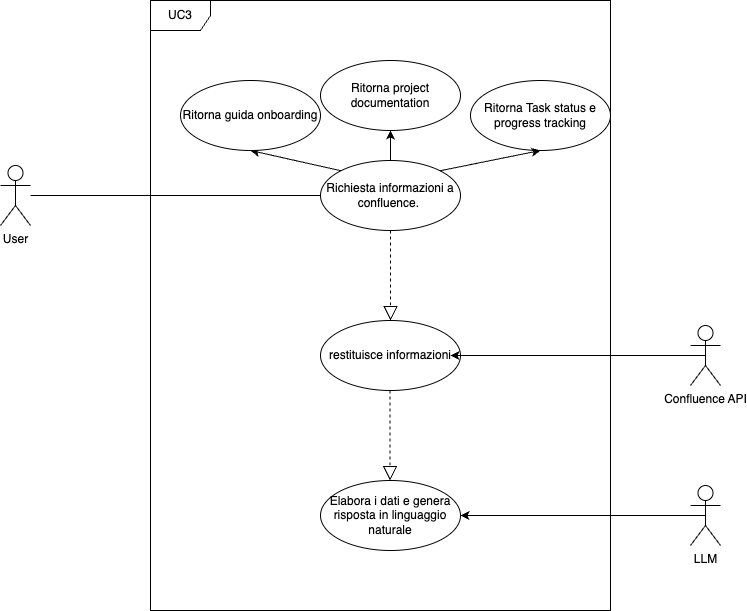
Before: images/analisi-dei-requisiti/UCConfluence.png, a diagram exported from draw.io (SweeTenTeam/Docs). Source tidied: cells renumbered, new cells last; positions are measured from the earlier drawing's top-left corner, leaving out a move shared by most shapes.
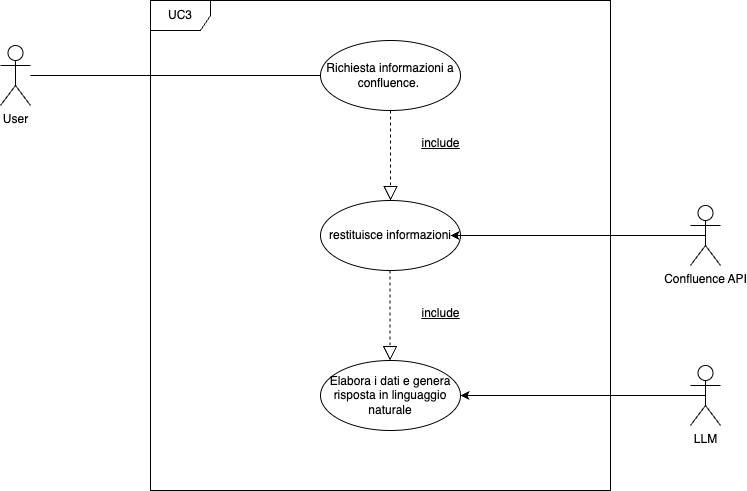
After the commit.

Change to the diagram source:
```diff
@@ -3,7 +3,7 @@
     <mxCell id="0" />
     <mxCell id="1" parent="0" />
     <mxCell id="2" value="UC3" style="shape=umlFrame;whiteSpace=wrap;html=1;" parent="1" vertex="1">
-      <mxGeometry x="150" width="460" height="610" as="geometry" />
+      <mxGeometry x="150" y="120" width="460" height="490" as="geometry" />
     </mxCell>
     <mxCell id="3" value="User&lt;div&gt;&lt;br&gt;&lt;/div&gt;" style="shape=umlActor;verticalLabelPosition=bottom;verticalAlign=top;html=1;" parent="1" vertex="1">
       <mxGeometry y="165" width="30" height="60" as="geometry" />
@@ -14,26 +14,6 @@
     <mxCell id="5" value="Richiesta informazioni a confluence.&amp;nbsp;" style="ellipse;whiteSpace=wrap;html=1;" parent="1" vertex="1">
       <mxGeometry x="320" y="160" width="140" height="70" as="geometry" />
     </mxCell>
-    <mxCell id="6" style="endArrow=classic;html=1;rounded=0;exitX=0;exitY=0;exitDx=0;exitDy=0;entryX=0.5;entryY=1;entryDx=0;entryDy=0;" parent="1" edge="1" source="5" target="7">
-      <mxGeometry relative="1" as="geometry" />
-    </mxCell>
-    <mxCell id="7" value="Ritorna guida onboarding" style="ellipse;whiteSpace=wrap;html=1;" parent="1" vertex="1">
-      <mxGeometry x="180" y="80" width="140" height="70" as="geometry" />
-    </mxCell>
-    <mxCell id="8" value="Ritorna project documentation" style="ellipse;whiteSpace=wrap;html=1;" parent="1" vertex="1">
-      <mxGeometry x="320" y="60" width="140" height="70" as="geometry" />
-    </mxCell>
-    <mxCell id="9" style="endArrow=classic;html=1;rounded=0;entryX=0.5;entryY=1;entryDx=0;entryDy=0;" parent="1" edge="1" target="8">
-      <mxGeometry relative="1" as="geometry">
-        <mxPoint x="390" y="160" as="sourcePoint" />
-      </mxGeometry>
-    </mxCell>
-    <mxCell id="10" value="Ritorna Task status e progress tracking" style="ellipse;whiteSpace=wrap;html=1;" parent="1" vertex="1">
-      <mxGeometry x="470" y="80" width="140" height="70" as="geometry" />
-    </mxCell>
-    <mxCell id="11" style="endArrow=classic;html=1;rounded=0;exitX=1;exitY=0;exitDx=0;exitDy=0;entryX=0.5;entryY=1;entryDx=0;entryDy=0;" parent="1" edge="1" source="5" target="10">
-      <mxGeometry relative="1" as="geometry" />
-    </mxCell>
     <mxCell id="12" value="Confluence API&lt;div&gt;&lt;br&gt;&lt;/div&gt;" style="shape=umlActor;verticalLabelPosition=bottom;verticalAlign=top;html=1;outlineConnect=0;" parent="1" vertex="1">
       <mxGeometry x="690" y="325" width="30" height="60" as="geometry" />
     </mxCell>
@@ -63,5 +43,11 @@
     <mxCell id="19" value="&lt;div&gt;LLM&lt;/div&gt;" style="shape=umlActor;verticalLabelPosition=bottom;verticalAlign=top;html=1;outlineConnect=0;" parent="1" vertex="1">
       <mxGeometry x="690" y="485" width="30" height="60" as="geometry" />
     </mxCell>
+    <mxCell id="20" value="&lt;span style=&quot;font-weight: normal;&quot;&gt;&lt;u&gt;include&lt;/u&gt;&lt;/span&gt;" style="text;align=center;fontStyle=1;verticalAlign=middle;spacingLeft=3;spacingRight=3;strokeColor=none;html=1;" parent="1" vertex="1">
+      <mxGeometry x="400" y="250" width="80" height="26" as="geometry" />
+    </mxCell>
+    <mxCell id="21" value="&lt;span style=&quot;font-weight: normal;&quot;&gt;&lt;u&gt;include&lt;/u&gt;&lt;/span&gt;" style="text;align=center;fontStyle=1;verticalAlign=middle;spacingLeft=3;spacingRight=3;strokeColor=none;html=1;" parent="1" vertex="1">
+      <mxGeometry x="400" y="420" width="80" height="26" as="geometry" />
+    </mxCell>
   </root>
 </mxGraphModel>
```
